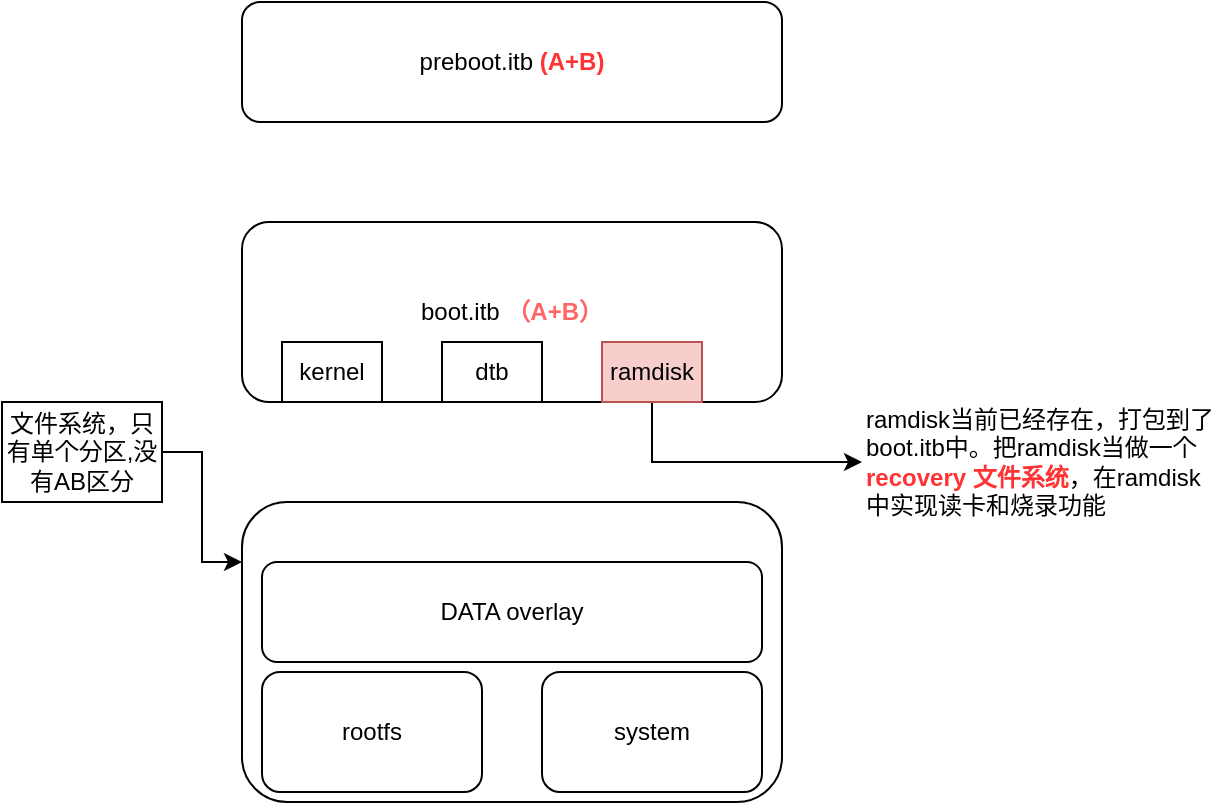
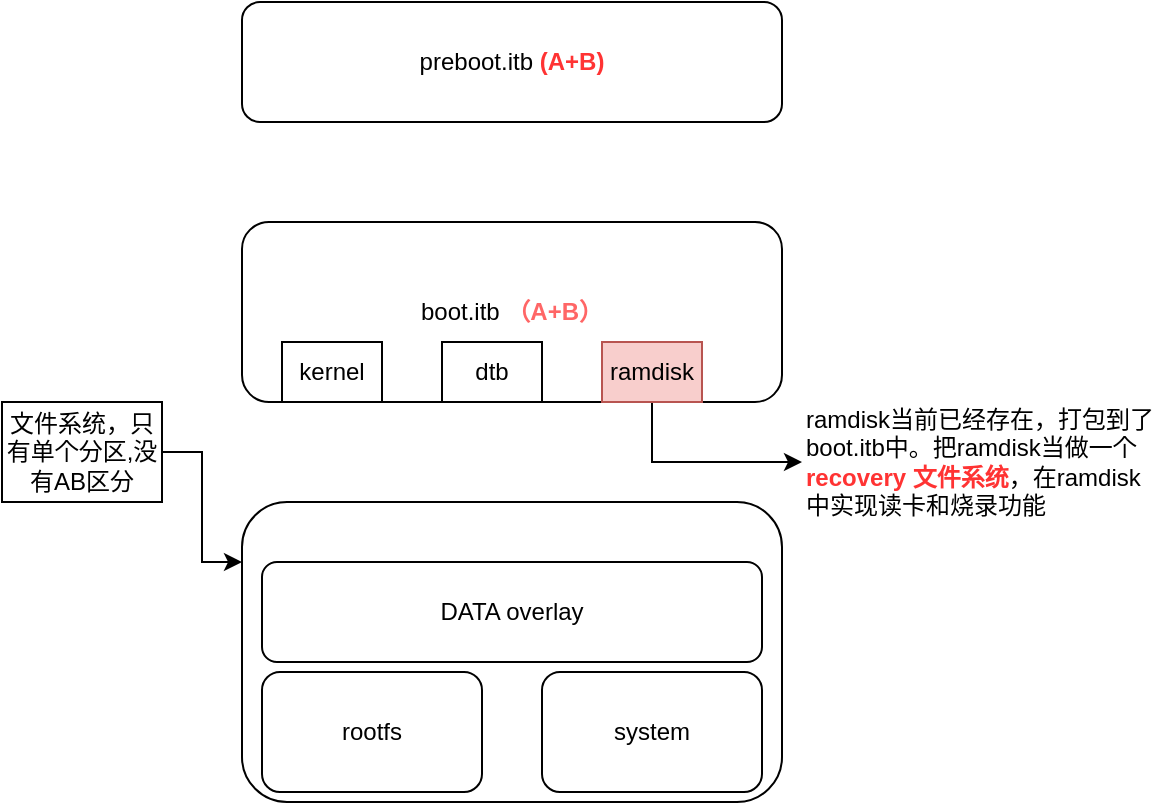
<mxfile host="app.diagrams.net">
  <diagram name="第 1 页" id="C846Kk9cPOJDyKqLHOR_">
    <mxGraphModel dx="1082" dy="561" grid="1" gridSize="10" guides="1" tooltips="1" connect="1" arrows="1" fold="1" page="1" pageScale="1" pageWidth="827" pageHeight="1169" math="0" shadow="0">
      <root>
        <mxCell id="0" />
        <mxCell id="1" parent="0" />
        <mxCell id="-nVsYNixdG5_AAYtpqJo-8" parent="1" style="rounded=1;whiteSpace=wrap;html=1;fillColor=none;" value="" vertex="1">
          <mxGeometry height="150" width="270" x="300" y="470" as="geometry" />
        </mxCell>
        <mxCell id="-nVsYNixdG5_AAYtpqJo-1" parent="1" style="rounded=1;whiteSpace=wrap;html=1;" value="preboot.itb&lt;b&gt; &lt;font style=&quot;color: rgb(255, 51, 51);&quot;&gt;(A+B)&lt;/font&gt;&lt;/b&gt;" vertex="1">
          <mxGeometry height="60" width="270" x="300" y="220" as="geometry" />
        </mxCell>
        <mxCell id="-nVsYNixdG5_AAYtpqJo-2" parent="1" style="rounded=1;whiteSpace=wrap;html=1;" value="boot.itb &lt;font style=&quot;color: rgb(255, 102, 102);&quot;&gt;&lt;b&gt;（A+B）&lt;/b&gt;&lt;/font&gt;" vertex="1">
          <mxGeometry height="90" width="270" x="300" y="330" as="geometry" />
        </mxCell>
        <mxCell id="-nVsYNixdG5_AAYtpqJo-3" parent="1" style="rounded=0;whiteSpace=wrap;html=1;" value="kernel" vertex="1">
          <mxGeometry height="30" width="50" x="320" y="390" as="geometry" />
        </mxCell>
        <mxCell id="-nVsYNixdG5_AAYtpqJo-4" parent="1" style="rounded=0;whiteSpace=wrap;html=1;" value="dtb" vertex="1">
          <mxGeometry height="30" width="50" x="400" y="390" as="geometry" />
        </mxCell>
        <mxCell id="-nVsYNixdG5_AAYtpqJo-12" edge="1" parent="1" source="-nVsYNixdG5_AAYtpqJo-5" style="edgeStyle=orthogonalEdgeStyle;rounded=0;orthogonalLoop=1;jettySize=auto;html=1;exitX=0.5;exitY=1;exitDx=0;exitDy=0;" target="-nVsYNixdG5_AAYtpqJo-11">
          <mxGeometry relative="1" as="geometry" />
        </mxCell>
        <mxCell id="-nVsYNixdG5_AAYtpqJo-5" parent="1" style="rounded=0;whiteSpace=wrap;html=1;fillColor=#f8cecc;strokeColor=#b85450;" value="ramdisk" vertex="1">
          <mxGeometry height="30" width="50" x="480" y="390" as="geometry" />
        </mxCell>
        <mxCell id="-nVsYNixdG5_AAYtpqJo-6" parent="1" style="rounded=1;whiteSpace=wrap;html=1;" value="rootfs" vertex="1">
          <mxGeometry height="60" width="110" x="310" y="555" as="geometry" />
        </mxCell>
        <mxCell id="-nVsYNixdG5_AAYtpqJo-7" parent="1" style="rounded=1;whiteSpace=wrap;html=1;" value="system" vertex="1">
          <mxGeometry height="60" width="110" x="450" y="555" as="geometry" />
        </mxCell>
        <mxCell id="-nVsYNixdG5_AAYtpqJo-9" parent="1" style="rounded=1;whiteSpace=wrap;html=1;" value="DATA overlay" vertex="1">
          <mxGeometry height="50" width="250" x="310" y="500" as="geometry" />
        </mxCell>
        <mxCell id="-nVsYNixdG5_AAYtpqJo-11" parent="1" style="text;html=1;whiteSpace=wrap;strokeColor=none;fillColor=none;align=left;verticalAlign=middle;rounded=0;" value="ramdisk当前已经存在，打包到了boot.itb中。把ramdisk当做一个&lt;font style=&quot;color: rgb(255, 51, 51);&quot;&gt;&lt;b&gt;recovery 文件系统&lt;/b&gt;&lt;/font&gt;，在ramdisk中实现读卡和烧录功能" vertex="1">
-           <mxGeometry height="80" width="180" x="610" y="410" as="geometry" />
+           <mxGeometry height="80" width="180" x="580" y="410" as="geometry" />
        </mxCell>
        <mxCell id="-nVsYNixdG5_AAYtpqJo-13" parent="1" style="text;html=1;whiteSpace=wrap;align=center;verticalAlign=middle;rounded=0;strokeColor=default;" value="文件系统，只有单个分区,没有AB区分" vertex="1">
          <mxGeometry height="50" width="80" x="180" y="420" as="geometry" />
        </mxCell>
        <mxCell id="-nVsYNixdG5_AAYtpqJo-14" edge="1" parent="1" source="-nVsYNixdG5_AAYtpqJo-13" style="edgeStyle=orthogonalEdgeStyle;rounded=0;orthogonalLoop=1;jettySize=auto;html=1;entryX=0;entryY=0.2;entryDx=0;entryDy=0;entryPerimeter=0;" target="-nVsYNixdG5_AAYtpqJo-8">
          <mxGeometry relative="1" as="geometry" />
        </mxCell>
      </root>
    </mxGraphModel>
  </diagram>
</mxfile>
